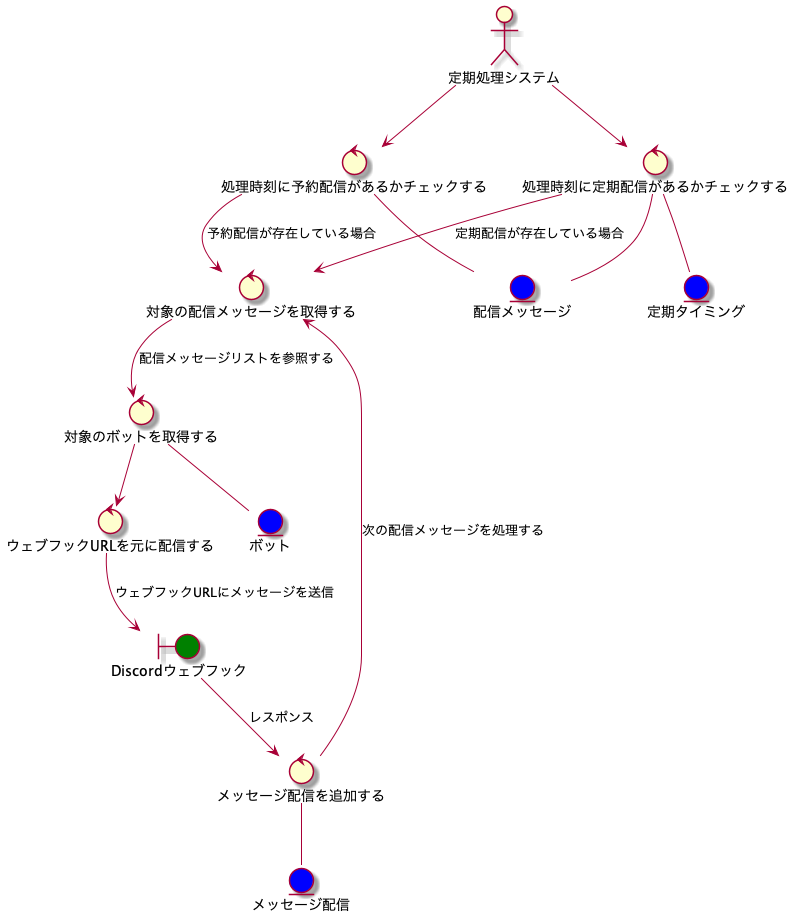
This is diagram/analysis/robustness-sent_message.png from takemo101/dc-scheduler, a PlantUML export, as it was before one commit. The source it was exported from:
```plantuml
@startuml robustness-sent_message

actor 定期処理システム
boundary Discordウェブフック #green
control 処理時刻に予約配信があるかチェックする
control 処理時刻に定期配信があるかチェックする
control 対象の配信メッセージを取得する
control 対象のボットを取得する
control ウェブフックURLを元に配信する
control メッセージ配信を追加する
entity ボット #blue
entity 配信メッセージ #blue
entity 定期タイミング #blue
entity メッセージ配信 #blue

定期処理システム --> 処理時刻に予約配信があるかチェックする
定期処理システム --> 処理時刻に定期配信があるかチェックする
処理時刻に予約配信があるかチェックする --> 対象の配信メッセージを取得する :予約配信が存在している場合
処理時刻に定期配信があるかチェックする --> 対象の配信メッセージを取得する :定期配信が存在している場合
処理時刻に予約配信があるかチェックする -- 配信メッセージ
処理時刻に定期配信があるかチェックする -- 配信メッセージ
処理時刻に定期配信があるかチェックする -- 定期タイミング
対象の配信メッセージを取得する --> 対象のボットを取得する :配信メッセージリストを参照する
対象のボットを取得する --> ウェブフックURLを元に配信する
対象のボットを取得する -- ボット
ウェブフックURLを元に配信する --> Discordウェブフック :ウェブフックURLにメッセージを送信
Discordウェブフック --> メッセージ配信を追加する :レスポンス
メッセージ配信を追加する --> 対象の配信メッセージを取得する :次の配信メッセージを処理する
メッセージ配信を追加する -- メッセージ配信
@enduml
```
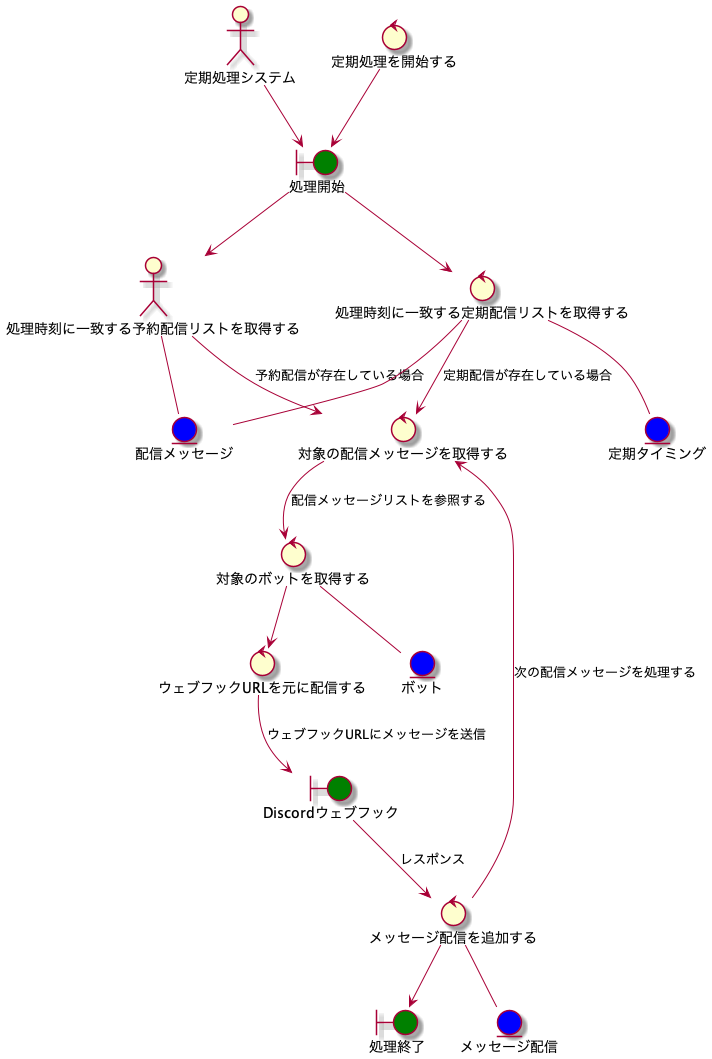
After the change.

Change to the diagram source:
```diff
@@ -1,9 +1,12 @@
 @startuml robustness-sent_message
 
 actor 定期処理システム
+boundary 処理開始 #green
 boundary Discordウェブフック #green
-control 処理時刻に予約配信があるかチェックする
-control 処理時刻に定期配信があるかチェックする
+boundary 処理終了 #green
+control 定期処理を開始する
+control 処理時刻に一致する定期配信リストを取得する
+control 処理時刻に一致する定期配信リストを取得する
 control 対象の配信メッセージを取得する
 control 対象のボットを取得する
 control ウェブフックURLを元に配信する
@@ -13,13 +16,15 @@
 entity 定期タイミング #blue
 entity メッセージ配信 #blue
 
-定期処理システム --> 処理時刻に予約配信があるかチェックする
-定期処理システム --> 処理時刻に定期配信があるかチェックする
-処理時刻に予約配信があるかチェックする --> 対象の配信メッセージを取得する :予約配信が存在している場合
-処理時刻に定期配信があるかチェックする --> 対象の配信メッセージを取得する :定期配信が存在している場合
-処理時刻に予約配信があるかチェックする -- 配信メッセージ
-処理時刻に定期配信があるかチェックする -- 配信メッセージ
-処理時刻に定期配信があるかチェックする -- 定期タイミング
+定期処理システム --> 処理開始
+定期処理を開始する --> 処理開始
+処理開始 --> 処理時刻に一致する予約配信リストを取得する
+処理開始 --> 処理時刻に一致する定期配信リストを取得する
+処理時刻に一致する予約配信リストを取得する --> 対象の配信メッセージを取得する :予約配信が存在している場合
+処理時刻に一致する定期配信リストを取得する --> 対象の配信メッセージを取得する :定期配信が存在している場合
+処理時刻に一致する予約配信リストを取得する -- 配信メッセージ
+処理時刻に一致する定期配信リストを取得する -- 配信メッセージ
+処理時刻に一致する定期配信リストを取得する -- 定期タイミング
 対象の配信メッセージを取得する --> 対象のボットを取得する :配信メッセージリストを参照する
 対象のボットを取得する --> ウェブフックURLを元に配信する
 対象のボットを取得する -- ボット
@@ -27,4 +32,5 @@
 Discordウェブフック --> メッセージ配信を追加する :レスポンス
 メッセージ配信を追加する --> 対象の配信メッセージを取得する :次の配信メッセージを処理する
 メッセージ配信を追加する -- メッセージ配信
+メッセージ配信を追加する --> 処理終了
 @enduml
```
